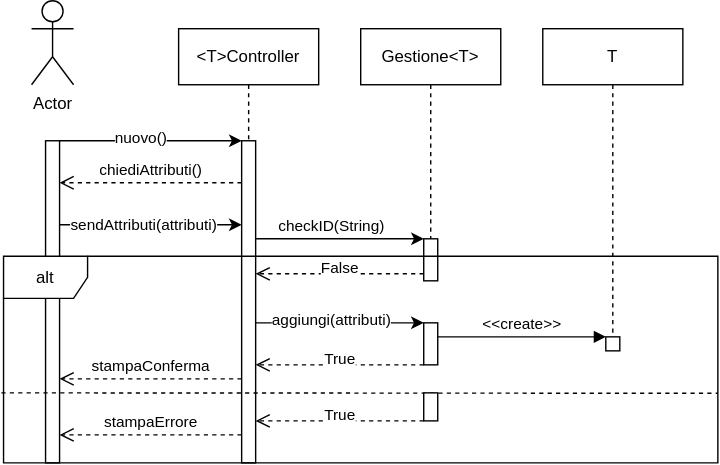
Above: Design/SequenceDiagramAggiungiT.svg in doppiaaa/Progetto-Biblioteca-Ingegneria-del-Software (draw.io), before the change. Source tidied: cells renumbered, new cells last; positions are measured from the earlier drawing's top-left corner, leaving out a move shared by most shapes.
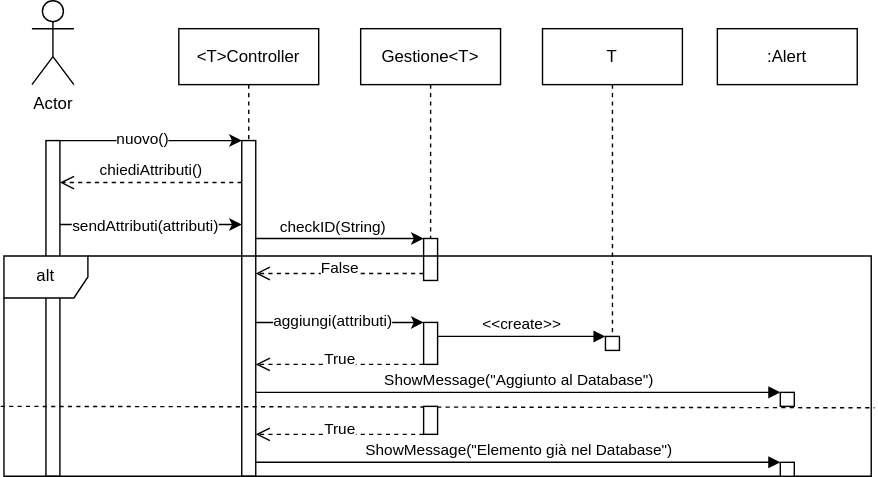
After the commit.

Change to the diagram source:
```diff
@@ -6,10 +6,10 @@
       <mxGeometry x="22" width="30" height="60" as="geometry" />
     </mxCell>
     <mxCell id="3" style="html=1;perimeter=orthogonalPerimeter;targetShapes=umlLifeline;newEdgeStyle={&quot;curved&quot;:0,&quot;rounded&quot;:0};" parent="1" vertex="1">
-      <mxGeometry x="32" y="100" width="10" height="230" as="geometry" />
+      <mxGeometry x="32" y="100" width="10" height="240" as="geometry" />
     </mxCell>
     <mxCell id="4" style="html=1;points=[[0,0,0,0,5],[0,1,0,0,-5],[1,0,0,0,5],[1,1,0,0,-5]];perimeter=orthogonalPerimeter;outlineConnect=0;targetShapes=umlLifeline;portConstraint=eastwest;newEdgeStyle={&quot;curved&quot;:0,&quot;rounded&quot;:0};" parent="1" vertex="1">
-      <mxGeometry x="172" y="100" width="10" height="230" as="geometry" />
+      <mxGeometry x="172" y="100" width="10" height="240" as="geometry" />
     </mxCell>
     <mxCell id="5" style="endArrow=classic;html=1;rounded=0;entryX=0;entryY=0;entryDx=0;entryDy=5;entryPerimeter=0;" parent="1" edge="1">
       <mxGeometry relative="1" as="geometry">
@@ -39,12 +39,6 @@
         <mxPoint x="9" y="2" as="offset" />
       </mxGeometry>
     </mxCell>
-    <mxCell id="10" value="stampaConferma" style="html=1;verticalAlign=bottom;endArrow=open;dashed=1;endSize=8;curved=0;rounded=0;" parent="1" edge="1">
-      <mxGeometry relative="1" as="geometry">
-        <mxPoint x="172" y="270" as="sourcePoint" />
-        <mxPoint x="42" y="270" as="targetPoint" />
-      </mxGeometry>
-    </mxCell>
     <mxCell id="11" style="endArrow=classic;html=1;rounded=0;entryX=0;entryY=0;entryDx=0;entryDy=5;entryPerimeter=0;" parent="1" edge="1">
       <mxGeometry relative="1" as="geometry">
         <mxPoint x="182" y="170" as="sourcePoint" />
@@ -60,32 +54,26 @@
       <mxGeometry x="302" y="170" width="10" height="30" as="geometry" />
     </mxCell>
     <mxCell id="14" value="alt" style="shape=umlFrame;whiteSpace=wrap;html=1;" parent="1" vertex="1">
-      <mxGeometry x="2" y="182.5" width="510" height="147.5" as="geometry" />
+      <mxGeometry x="2" y="182.5" width="620" height="157.5" as="geometry" />
     </mxCell>
     <mxCell id="15" value="False" style="html=1;verticalAlign=bottom;endArrow=open;dashed=1;endSize=8;curved=0;rounded=0;exitX=0;exitY=1;exitDx=0;exitDy=-5;exitPerimeter=0;" parent="1" edge="1" source="13" target="4">
       <mxGeometry y="5" relative="1" as="geometry" />
     </mxCell>
-    <mxCell id="16" style="endArrow=none;dashed=1;html=1;rounded=0;entryX=0.997;entryY=0.393;entryDx=0;entryDy=0;entryPerimeter=0;exitX=-0.006;exitY=0.391;exitDx=0;exitDy=0;exitPerimeter=0;" parent="1" edge="1">
+    <mxCell id="16" style="endArrow=none;dashed=1;html=1;rounded=0;entryX=1.005;entryY=0.668;entryDx=0;entryDy=0;entryPerimeter=0;exitX=-0.006;exitY=0.391;exitDx=0;exitDy=0;exitPerimeter=0;" parent="1" edge="1">
       <mxGeometry relative="1" as="geometry">
-        <mxPoint x="0.5" y="280" as="sourcePoint" />
-        <mxPoint x="512" y="280.3" as="targetPoint" />
+        <mxPoint x="-0.3" y="290" as="sourcePoint" />
+        <mxPoint x="624.3" y="291" as="targetPoint" />
       </mxGeometry>
     </mxCell>
     <mxCell id="17" style="html=1;perimeter=orthogonalPerimeter;targetShapes=umlLifeline;newEdgeStyle={&quot;curved&quot;:0,&quot;rounded&quot;:0};" parent="1" vertex="1">
-      <mxGeometry x="302" y="280" width="10" height="20" as="geometry" />
+      <mxGeometry x="302" y="290" width="10" height="20" as="geometry" />
     </mxCell>
     <mxCell id="18" value="True" style="html=1;verticalAlign=bottom;endArrow=open;dashed=1;endSize=8;curved=0;rounded=0;exitX=0;exitY=1;exitDx=0;exitDy=-5;exitPerimeter=0;" parent="1" edge="1">
       <mxGeometry y="5" relative="1" as="geometry">
-        <mxPoint x="302" y="300" as="sourcePoint" />
-        <mxPoint x="182" y="300" as="targetPoint" />
+        <mxPoint x="302" y="310" as="sourcePoint" />
+        <mxPoint x="182" y="310" as="targetPoint" />
       </mxGeometry>
     </mxCell>
-    <mxCell id="19" value="stampaErrore" style="html=1;verticalAlign=bottom;endArrow=open;dashed=1;endSize=8;curved=0;rounded=0;" parent="1" edge="1">
-      <mxGeometry relative="1" as="geometry">
-        <mxPoint x="172" y="310" as="sourcePoint" />
-        <mxPoint x="42" y="310" as="targetPoint" />
-      </mxGeometry>
-    </mxCell>
     <mxCell id="20" style="html=1;points=[[0,0,0,0,5],[0,1,0,0,-5],[1,0,0,0,5],[1,1,0,0,-5]];perimeter=orthogonalPerimeter;outlineConnect=0;targetShapes=umlLifeline;portConstraint=eastwest;newEdgeStyle={&quot;curved&quot;:0,&quot;rounded&quot;:0};" parent="1" vertex="1">
       <mxGeometry x="302" y="230" width="10" height="30" as="geometry" />
     </mxCell>
@@ -123,5 +111,22 @@
     <mxCell id="28" value="T" style="shape=umlLifeline;perimeter=lifelinePerimeter;whiteSpace=wrap;html=1;newEdgeStyle={&quot;curved&quot;:0,&quot;rounded&quot;:0};" parent="1" vertex="1">
       <mxGeometry x="387" y="20" width="100" height="220" as="geometry" />
     </mxCell>
+    <mxCell id="29" value=":Alert" style="shape=umlLifeline;perimeter=lifelinePerimeter;whiteSpace=wrap;html=1;newEdgeStyle={&quot;curved&quot;:0,&quot;rounded&quot;:0};" parent="1" vertex="1">
+      <mxGeometry x="512" y="20" width="100" height="40" as="geometry" />
+    </mxCell>
+    <mxCell id="30" value="ShowMessage(&quot;Aggiunto al Database&quot;)" style="html=1;verticalAlign=bottom;endArrow=block;curved=0;rounded=0;" parent="1" edge="1" source="4" target="31">
+      <mxGeometry relative="1" as="geometry" />
+    </mxCell>
+    <mxCell id="31" style="html=1;points=[[0,0,0,0,5],[0,1,0,0,-5],[1,0,0,0,5],[1,1,0,0,-5]];perimeter=orthogonalPerimeter;outlineConnect=0;targetShapes=umlLifeline;portConstraint=eastwest;newEdgeStyle={&quot;curved&quot;:0,&quot;rounded&quot;:0};" parent="1" vertex="1">
+      <mxGeometry x="557" y="280" width="10" height="10" as="geometry" />
+    </mxCell>
+    <mxCell id="32" value="ShowMessage(&quot;Elemento già nel Database&quot;)" style="html=1;verticalAlign=bottom;endArrow=block;curved=0;rounded=0;" parent="1" edge="1" target="33">
+      <mxGeometry relative="1" as="geometry">
+        <mxPoint x="182" y="330" as="sourcePoint" />
+      </mxGeometry>
+    </mxCell>
+    <mxCell id="33" style="html=1;points=[[0,0,0,0,5],[0,1,0,0,-5],[1,0,0,0,5],[1,1,0,0,-5]];perimeter=orthogonalPerimeter;outlineConnect=0;targetShapes=umlLifeline;portConstraint=eastwest;newEdgeStyle={&quot;curved&quot;:0,&quot;rounded&quot;:0};" parent="1" vertex="1">
+      <mxGeometry x="557" y="330" width="10" height="10" as="geometry" />
+    </mxCell>
   </root>
 </mxGraphModel>
```
